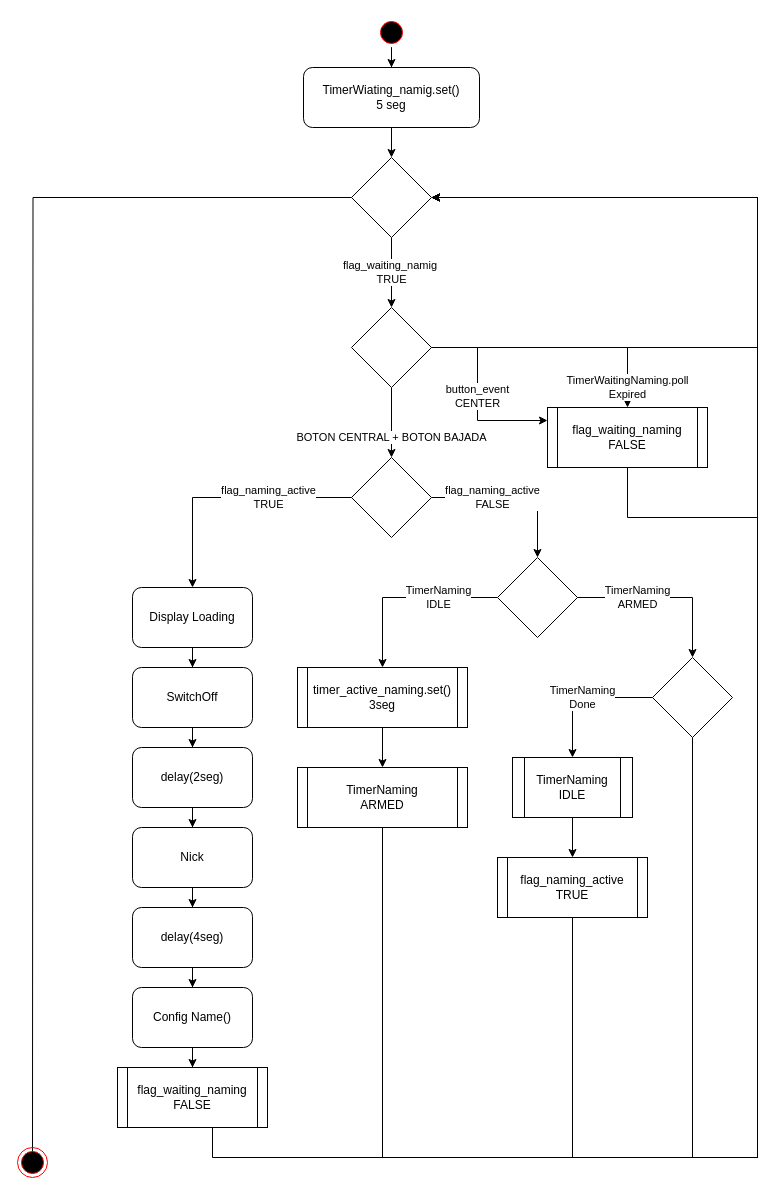
MSTKMAD/battery-pack keeps this draw.io diagram as page "App Naming" (7 of 11) of 01.Documentation/01.Diseño/Documentacion Software/B2/Diagramas/B2/B2.drawio. Above is the earlier version. Source tidied: cells renumbered, new cells numbered last; positions are measured from the earlier drawing's top-left corner, leaving out a move shared by most shapes. Both pictures are drawn from the tidied source at 100%, with x=0, y=0 at pixel (17, 17).
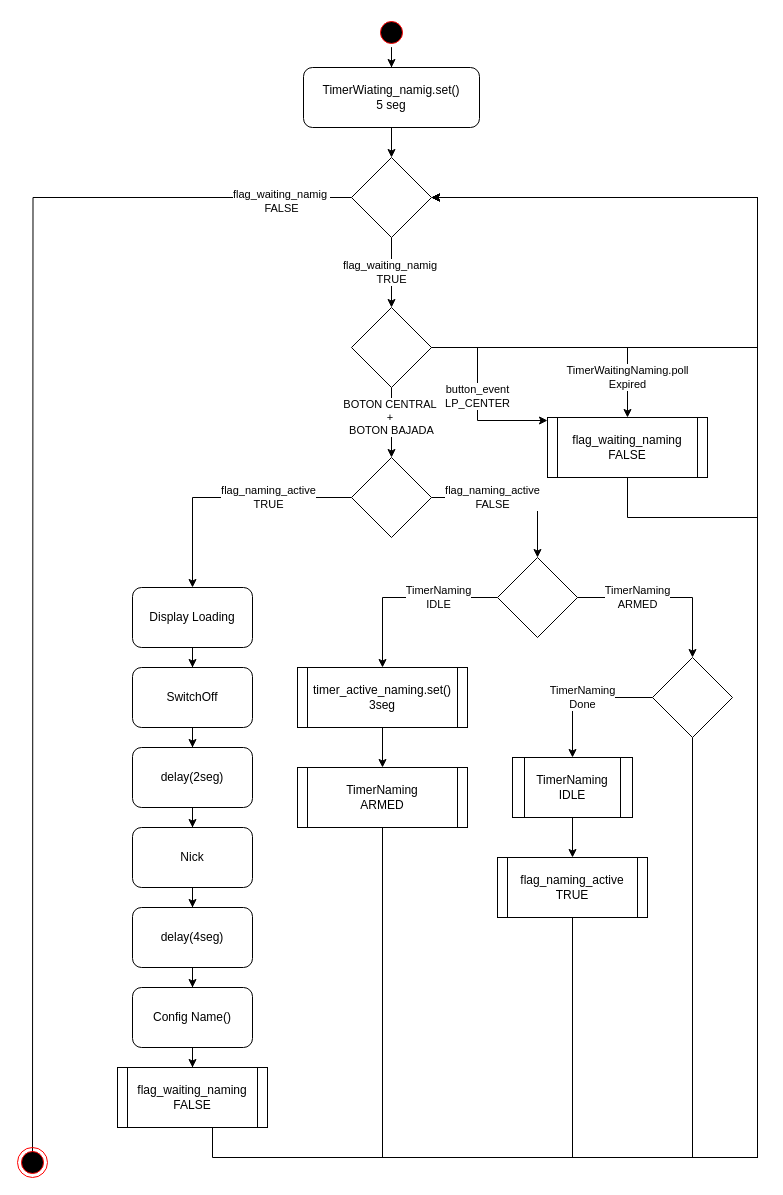
The same page after the edit.

Unchanged cells that the change refers to:
```xml
<mxCell id="3" style="edgeStyle=orthogonalEdgeStyle;rounded=0;jettySize=auto;html=1;" parent="1" edge="1" source="4">
  <mxGeometry relative="1" as="geometry">
    <mxPoint x="15" y="1150" as="targetPoint" />
  </mxGeometry>
</mxCell>
<mxCell id="7" style="edgeStyle=orthogonalEdgeStyle;rounded=0;jettySize=auto;html=1;" parent="1" edge="1" source="10" target="12">
  <mxGeometry relative="1" as="geometry">
    <Array as="points">
      <mxPoint x="460" y="330" />
      <mxPoint x="460" y="403" />
    </Array>
  </mxGeometry>
</mxCell>
<mxCell id="10" style="rhombus;whiteSpace=wrap;html=1;" parent="1" vertex="1">
  <mxGeometry x="334" y="290" width="80" height="80" as="geometry" />
</mxCell>
<mxCell id="15" style="rhombus;whiteSpace=wrap;html=1;" parent="1" vertex="1">
  <mxGeometry x="334" y="440" width="80" height="80" as="geometry" />
</mxCell>
```

The edit, as a diff of the source:
```diff
@@
+    <mxCell id="49" value="flag_waiting_namig&amp;nbsp;&lt;br&gt;FALSE" style="edgeLabel;html=1;align=center;verticalAlign=middle;" parent="3" vertex="1">
+      <mxGeometry x="-0.89" y="3" relative="1" as="geometry" />
+    </mxCell>
@@
     <mxCell id="5" value="TimerWaitingNaming.poll&lt;br&gt;Expired" style="edgeStyle=orthogonalEdgeStyle;rounded=0;jettySize=auto;html=1;" parent="1" edge="1" source="10" target="12">
-      <mxGeometry x="0.84" relative="1" as="geometry" />
+      <mxGeometry x="0.7" relative="1" as="geometry" />
     </mxCell>
-    <mxCell id="6" value="BOTON CENTRAL + BOTON BAJADA" style="edgeStyle=orthogonalEdgeStyle;rounded=0;jettySize=auto;html=1;" parent="1" edge="1" source="10" target="15">
-      <mxGeometry x="0.43" relative="1" as="geometry" />
+    <mxCell id="6" value="BOTON CENTRAL&amp;nbsp;&lt;div&gt;+&amp;nbsp;&lt;/div&gt;&lt;div&gt;BOTON BAJADA&lt;/div&gt;" style="edgeStyle=orthogonalEdgeStyle;rounded=0;jettySize=auto;html=1;" parent="1" edge="1" source="10" target="15">
+      <mxGeometry x="-0.14" relative="1" as="geometry" />
     </mxCell>
@@
-    <mxCell id="8" value="button_event&lt;br&gt;CENTER" style="edgeLabel;html=1;align=center;verticalAlign=middle;" parent="7" vertex="1">
+    <mxCell id="8" value="button_event&lt;br&gt;LP_CENTER" style="edgeLabel;html=1;align=center;verticalAlign=middle;" parent="7" vertex="1">
       <mxGeometry x="-0.01" y="-1" relative="1" as="geometry" />
     </mxCell>
@@
     <mxCell id="12" value="flag_waiting_naming&lt;br&gt;FALSE" style="shape=process;whiteSpace=wrap;html=1;backgroundOutline=1;size=0.0625;" parent="1" vertex="1">
-      <mxGeometry x="530" y="390" width="160" height="60" as="geometry" />
+      <mxGeometry x="530" y="400" width="160" height="60" as="geometry" />
     </mxCell>
```
